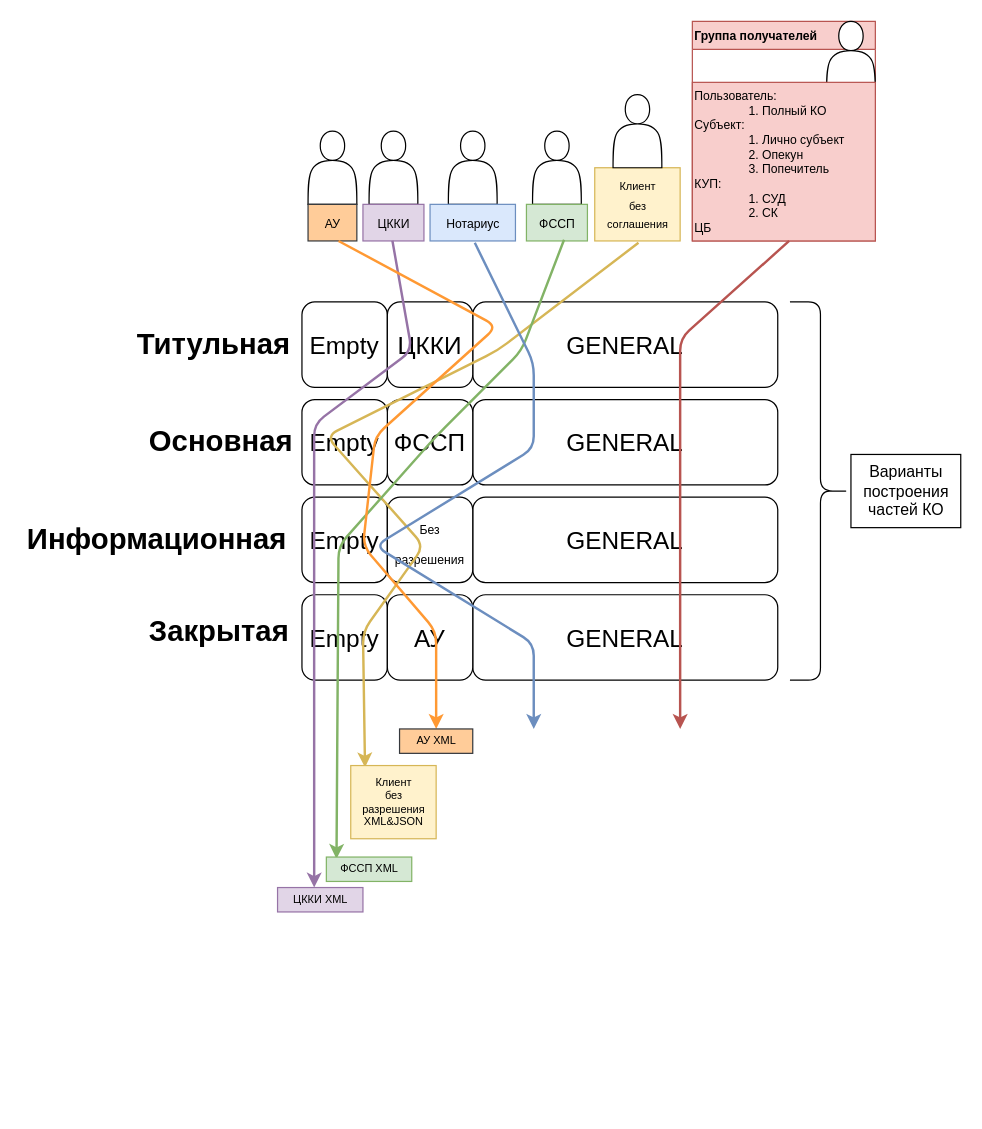
The draw.io diagram skb/CreditReports_Parts.drawio in Lokbugs/drawio, before the edit. Source tidied: cells renumbered, new cells numbered last; positions are measured from the earlier drawing's top-left corner, leaving out a move shared by most shapes. Both pictures are drawn from the tidied source at 122%, with x=0, y=0 at pixel (21, 21).
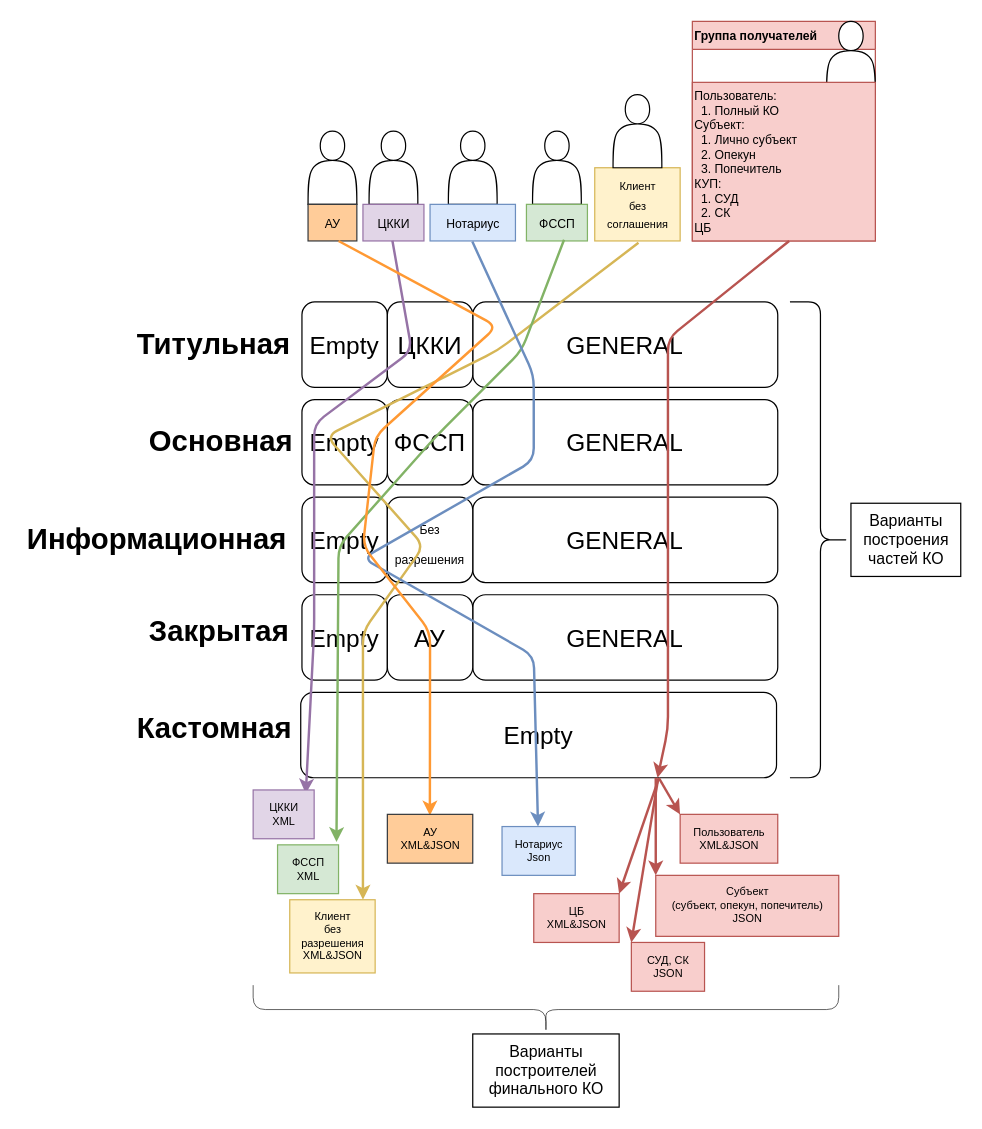
The same page after the edit.

Unchanged cells that the change refers to:
```xml
<mxCell id="17" value="Группа получателей" style="swimlane;sketch=0;fontSize=10;fillColor=#f8cecc;strokeColor=#b85450;align=left;" parent="1" vertex="1">
  <mxGeometry x="550" width="150" height="180" as="geometry" />
</mxCell>
<mxCell id="27" value="&lt;font size=&quot;1&quot;&gt;ЦККИ&lt;br&gt;&lt;/font&gt;" style="text;html=1;align=center;verticalAlign=middle;points=[];strokeColor=#9673a6;fillColor=#e1d5e7;fontSize=13;" parent="25" vertex="1">
  <mxGeometry y="60" width="50" height="30" as="geometry" />
</mxCell>
<mxCell id="29" value="&lt;font style=&quot;font-size: 9px;&quot;&gt;Клиент &lt;br&gt;без &lt;br&gt;соглашения&lt;/font&gt;" style="text;html=1;align=center;verticalAlign=middle;points=[];strokeColor=#d6b656;fillColor=#fff2cc;fontSize=13;" parent="28" vertex="1">
  <mxGeometry y="60" width="70" height="60" as="geometry" />
</mxCell>
<mxCell id="34" value="&lt;font size=&quot;1&quot;&gt;ФССП&lt;br&gt;&lt;/font&gt;" style="text;html=1;align=center;verticalAlign=middle;points=[];strokeColor=#82b366;fillColor=#d5e8d4;fontSize=13;" parent="32" vertex="1">
  <mxGeometry y="60" width="50" height="30" as="geometry" />
</mxCell>
<mxCell id="38" value="&lt;font size=&quot;1&quot;&gt;Нотариус&lt;br&gt;&lt;/font&gt;" style="text;html=1;align=center;verticalAlign=middle;points=[];strokeColor=#6c8ebf;fillColor=#dae8fc;fontSize=13;" parent="36" vertex="1">
  <mxGeometry x="-5" y="60" width="70" height="30" as="geometry" />
</mxCell>
```

The edit, as a diff of the source:
```diff
@@
+    <mxCell id="48" value="&lt;span style=&quot;font-size: 20px;&quot;&gt;Empty&lt;/span&gt;" style="rounded=1;whiteSpace=wrap;html=1;sketch=0;" parent="1" vertex="1">
+      <mxGeometry x="229" y="550" width="390" height="70" as="geometry" />
+    </mxCell>
@@
-    <mxCell id="19" value="Пользователь:&lt;br&gt;&lt;span style=&quot;white-space: pre;&quot;&gt;&#9;&lt;/span&gt;&lt;span style=&quot;white-space: pre;&quot;&gt;&#9;&lt;/span&gt;1. Полный КО&lt;br&gt;Субъект:&lt;br&gt;&lt;span style=&quot;white-space: pre;&quot;&gt;&#9;&lt;/span&gt;&lt;span style=&quot;white-space: pre;&quot;&gt;&#9;&lt;/span&gt;1. Лично субъект&lt;br&gt;&lt;span style=&quot;white-space: pre;&quot;&gt;&#9;&lt;/span&gt;&lt;span style=&quot;white-space: pre;&quot;&gt;&#9;&lt;/span&gt;2. Опекун&lt;br&gt;&lt;span style=&quot;white-space: pre;&quot;&gt;&#9;&lt;/span&gt;&lt;span style=&quot;white-space: pre;&quot;&gt;&#9;&lt;/span&gt;3. Попечитель&lt;br&gt;КУП:&lt;br&gt;&lt;span style=&quot;white-space: pre;&quot;&gt;&#9;&lt;/span&gt;&lt;span style=&quot;white-space: pre;&quot;&gt;&#9;&lt;/span&gt;1. СУД&lt;br&gt;&lt;span style=&quot;white-space: pre;&quot;&gt;&#9;&lt;/span&gt;&lt;span style=&quot;white-space: pre;&quot;&gt;&#9;&lt;/span&gt;2. СК&lt;br&gt;ЦБ" style="text;html=1;align=left;verticalAlign=middle;points=[];strokeColor=#b85450;fillColor=#f8cecc;fontSize=10;" parent="17" vertex="1">
+    <mxCell id="19" value="Пользователь:&lt;br&gt;&lt;span style=&quot;white-space: pre;&quot;&gt; &lt;/span&gt;&lt;span style=&quot;white-space: pre;&quot;&gt; &lt;/span&gt;1. Полный КО&lt;br&gt;Субъект:&lt;br&gt;&lt;span style=&quot;white-space: pre;&quot;&gt; &lt;/span&gt;&lt;span style=&quot;white-space: pre;&quot;&gt; &lt;/span&gt;1. Лично субъект&lt;br&gt;&lt;span style=&quot;white-space: pre;&quot;&gt; &lt;/span&gt;&lt;span style=&quot;white-space: pre;&quot;&gt; &lt;/span&gt;2. Опекун&lt;br&gt;&lt;span style=&quot;white-space: pre;&quot;&gt; &lt;/span&gt;&lt;span style=&quot;white-space: pre;&quot;&gt; &lt;/span&gt;3. Попечитель&lt;br&gt;КУП:&lt;br&gt;&lt;span style=&quot;white-space: pre;&quot;&gt; &lt;/span&gt;&lt;span style=&quot;white-space: pre;&quot;&gt; &lt;/span&gt;1. СУД&lt;br&gt;&lt;span style=&quot;white-space: pre;&quot;&gt; &lt;/span&gt;&lt;span style=&quot;white-space: pre;&quot;&gt; &lt;/span&gt;2. СК&lt;br&gt;ЦБ" style="text;html=1;align=left;verticalAlign=middle;points=[];strokeColor=#b85450;fillColor=#f8cecc;fontSize=10;" parent="17" vertex="1">
       <mxGeometry y="50" width="150" height="130" as="geometry" />
     </mxCell>
-    <mxCell id="20" style="endArrow=classic;html=1;rounded=1;fontSize=10;exitX=0.529;exitY=1;exitDx=0;exitDy=0;exitPerimeter=0;fillColor=#f8cecc;strokeColor=#b85450;flowAnimation=1;strokeWidth=2;" parent="1" edge="1" source="19">
+    <mxCell id="20" style="endArrow=classic;html=1;rounded=1;fontSize=10;exitX=0.529;exitY=1;exitDx=0;exitDy=0;exitPerimeter=0;fillColor=#f8cecc;strokeColor=#b85450;flowAnimation=1;strokeWidth=2;entryX=0.75;entryY=1;entryDx=0;entryDy=0;" parent="1" edge="1" source="19" target="48">
       <mxGeometry relative="1" as="geometry">
-        <mxPoint x="540" y="580" as="targetPoint" />
         <Array as="points">
-          <mxPoint x="540" y="260" />
-          <mxPoint x="540" y="340" />
-          <mxPoint x="540" y="420" />
-          <mxPoint x="540" y="500" />
+          <mxPoint x="530" y="260" />
+          <mxPoint x="530" y="340" />
+          <mxPoint x="530" y="510" />
+          <mxPoint x="530" y="580" />
         </Array>
       </mxGeometry>
     </mxCell>
     <mxCell id="21" style="shape=curlyBracket;whiteSpace=wrap;html=1;rounded=1;flipH=1;sketch=0;fontSize=10;" parent="1" vertex="1">
-      <mxGeometry x="630" y="230" width="50" height="310" as="geometry" />
+      <mxGeometry x="630" y="230" width="50" height="390" as="geometry" />
     </mxCell>
     <mxCell id="22" value="&lt;font style=&quot;font-size: 13px;&quot;&gt;Варианты &lt;br&gt;построения &lt;br&gt;частей КО&lt;/font&gt;" style="text;html=1;align=center;verticalAlign=middle;strokeColor=default;fillColor=none;fontSize=10;" parent="1" vertex="1">
-      <mxGeometry x="680" y="355" width="90" height="60" as="geometry" />
+      <mxGeometry x="680" y="395" width="90" height="60" as="geometry" />
     </mxCell>
@@
-    <mxCell id="24" style="endArrow=classic;html=1;rounded=1;fontSize=9;exitX=0.512;exitY=1.025;exitDx=0;exitDy=0;exitPerimeter=0;fillColor=#fff2cc;strokeColor=#d6b656;comic=0;snapToPoint=1;endSize=6;targetPerimeterSpacing=0;sourcePerimeterSpacing=0;strokeWidth=2;startArrow=none;startFill=0;flowAnimation=1;entryX=0.167;entryY=0.025;entryDx=0;entryDy=0;entryPerimeter=0;" parent="1" edge="1" source="29" target="45">
+    <mxCell id="24" style="endArrow=classic;html=1;rounded=1;fontSize=9;exitX=0.512;exitY=1.025;exitDx=0;exitDy=0;exitPerimeter=0;fillColor=#fff2cc;strokeColor=#d6b656;comic=0;snapToPoint=1;endSize=6;targetPerimeterSpacing=0;sourcePerimeterSpacing=0;strokeWidth=2;startArrow=none;startFill=0;flowAnimation=1;entryX=0.857;entryY=0;entryDx=0;entryDy=0;entryPerimeter=0;" parent="1" edge="1" source="29" target="45">
       <mxGeometry relative="1" as="geometry">
         <Array as="points">
           <mxPoint x="390" y="270" />
           <mxPoint x="250" y="340" />
           <mxPoint x="330" y="430" />
           <mxPoint x="280" y="500" />
         </Array>
       </mxGeometry>
     </mxCell>
@@
-    <mxCell id="31" style="endArrow=classic;html=1;rounded=1;fontSize=9;exitX=0.483;exitY=0.994;exitDx=0;exitDy=0;exitPerimeter=0;fillColor=#e1d5e7;strokeColor=#9673a6;comic=0;snapToPoint=1;endSize=6;targetPerimeterSpacing=0;sourcePerimeterSpacing=0;strokeWidth=2;startArrow=none;startFill=0;flowAnimation=1;entryX=0.429;entryY=0;entryDx=0;entryDy=0;entryPerimeter=0;" parent="1" edge="1" source="27" target="47">
+    <mxCell id="31" style="endArrow=classic;html=1;rounded=1;fontSize=9;exitX=0.483;exitY=0.994;exitDx=0;exitDy=0;exitPerimeter=0;fillColor=#e1d5e7;strokeColor=#9673a6;comic=0;snapToPoint=1;endSize=6;targetPerimeterSpacing=0;sourcePerimeterSpacing=0;strokeWidth=2;startArrow=none;startFill=0;flowAnimation=1;entryX=0.863;entryY=0.076;entryDx=0;entryDy=0;entryPerimeter=0;" parent="1" edge="1" source="27" target="47">
       <mxGeometry relative="1" as="geometry">
         <Array as="points">
           <mxPoint x="320" y="270" />
           <mxPoint x="240" y="330" />
           <mxPoint x="240" y="420" />
           <mxPoint x="240" y="500" />
         </Array>
       </mxGeometry>
     </mxCell>
@@
-    <mxCell id="35" style="endArrow=classic;html=1;rounded=1;fontSize=9;exitX=0.617;exitY=0.967;exitDx=0;exitDy=0;exitPerimeter=0;fillColor=#d5e8d4;strokeColor=#82b366;comic=0;snapToPoint=1;endSize=6;targetPerimeterSpacing=0;sourcePerimeterSpacing=0;strokeWidth=2;startArrow=none;startFill=0;flowAnimation=1;entryX=0.119;entryY=0.075;entryDx=0;entryDy=0;entryPerimeter=0;" parent="1" edge="1" source="34" target="46">
+    <mxCell id="35" style="endArrow=classic;html=1;rounded=1;fontSize=9;exitX=0.617;exitY=0.967;exitDx=0;exitDy=0;exitPerimeter=0;fillColor=#d5e8d4;strokeColor=#82b366;comic=0;snapToPoint=1;endSize=6;targetPerimeterSpacing=0;sourcePerimeterSpacing=0;strokeWidth=2;startArrow=none;startFill=0;flowAnimation=1;entryX=0.966;entryY=-0.057;entryDx=0;entryDy=0;entryPerimeter=0;" parent="1" edge="1" source="34" target="46">
       <mxGeometry relative="1" as="geometry">
         <Array as="points">
           <mxPoint x="410" y="270" />
           <mxPoint x="340" y="340" />
           <mxPoint x="260" y="430" />
         </Array>
       </mxGeometry>
     </mxCell>
@@
-    <mxCell id="39" style="endArrow=classic;html=1;rounded=1;fontSize=9;exitX=0.524;exitY=1.05;exitDx=0;exitDy=0;exitPerimeter=0;fillColor=#dae8fc;strokeColor=#6c8ebf;comic=0;snapToPoint=1;endSize=6;targetPerimeterSpacing=0;sourcePerimeterSpacing=0;strokeWidth=2;startArrow=none;startFill=0;flowAnimation=1;" parent="1" edge="1" source="38">
+    <mxCell id="39" style="endArrow=classic;html=1;rounded=1;fontSize=9;exitX=0.495;exitY=1.017;exitDx=0;exitDy=0;exitPerimeter=0;fillColor=#dae8fc;strokeColor=#6c8ebf;comic=0;snapToPoint=1;endSize=6;targetPerimeterSpacing=0;sourcePerimeterSpacing=0;strokeWidth=2;startArrow=none;startFill=0;flowAnimation=1;" parent="1" edge="1" source="38" target="49">
       <mxGeometry relative="1" as="geometry">
-        <mxPoint x="420" y="580" as="targetPoint" />
         <Array as="points">
-          <mxPoint x="420" y="280" />
-          <mxPoint x="420" y="350" />
-          <mxPoint x="290" y="430" />
-          <mxPoint x="420" y="510" />
-          <mxPoint x="420" y="580" />
+          <mxPoint x="420" y="290" />
+          <mxPoint x="420" y="360" />
+          <mxPoint x="280" y="440" />
+          <mxPoint x="420" y="520" />
         </Array>
       </mxGeometry>
     </mxCell>
@@
-    <mxCell id="43" style="endArrow=classic;html=1;rounded=1;fontSize=9;fillColor=#ffcc99;strokeColor=#FF9933;comic=0;snapToPoint=1;endSize=6;targetPerimeterSpacing=0;sourcePerimeterSpacing=0;strokeWidth=2;startArrow=none;startFill=0;flowAnimation=1;" parent="1" edge="1">
+    <mxCell id="43" style="endArrow=classic;html=1;rounded=1;fontSize=9;fillColor=#ffcc99;strokeColor=#FF9933;comic=0;snapToPoint=1;endSize=6;targetPerimeterSpacing=0;sourcePerimeterSpacing=0;strokeWidth=2;startArrow=none;startFill=0;flowAnimation=1;entryX=0.498;entryY=0.024;entryDx=0;entryDy=0;entryPerimeter=0;" parent="1" edge="1" target="44">
       <mxGeometry relative="1" as="geometry">
         <mxPoint x="260" y="180" as="sourcePoint" />
-        <mxPoint x="340" y="580" as="targetPoint" />
         <Array as="points">
           <mxPoint x="390" y="250" />
           <mxPoint x="290" y="340" />
           <mxPoint x="280" y="430" />
-          <mxPoint x="340" y="500" />
+          <mxPoint x="335" y="500" />
         </Array>
       </mxGeometry>
     </mxCell>
-    <mxCell id="44" value="АУ XML" style="text;html=1;align=center;verticalAlign=middle;points=[];strokeColor=#36393d;fillColor=#ffcc99;fontSize=9;" parent="1" vertex="1">
-      <mxGeometry x="310" y="580" width="60" height="20" as="geometry" />
+    <mxCell id="44" value="АУ &lt;br&gt;XML&amp;amp;JSON" style="text;html=1;align=center;verticalAlign=middle;points=[];strokeColor=#36393d;fillColor=#ffcc99;fontSize=9;" parent="1" vertex="1">
+      <mxGeometry x="300" y="650" width="70" height="40" as="geometry" />
     </mxCell>
     <mxCell id="45" value="Клиент &lt;br&gt;без &lt;br&gt;разрешения&lt;br&gt;XML&amp;amp;JSON" style="text;html=1;align=center;verticalAlign=middle;points=[];strokeColor=#d6b656;fillColor=#fff2cc;fontSize=9;" parent="1" vertex="1">
-      <mxGeometry x="270" y="610" width="70" height="60" as="geometry" />
+      <mxGeometry x="220" y="720" width="70" height="60" as="geometry" />
     </mxCell>
-    <mxCell id="46" value="ФССП XML" style="text;html=1;align=center;verticalAlign=middle;points=[];strokeColor=#82b366;fillColor=#d5e8d4;fontSize=9;" parent="1" vertex="1">
-      <mxGeometry x="250" y="685" width="70" height="20" as="geometry" />
+    <mxCell id="46" value="ФССП &lt;br&gt;XML" style="text;html=1;align=center;verticalAlign=middle;points=[];strokeColor=#82b366;fillColor=#d5e8d4;fontSize=9;" parent="1" vertex="1">
+      <mxGeometry x="210" y="675" width="50" height="40" as="geometry" />
     </mxCell>
-    <mxCell id="47" value="ЦККИ XML" style="text;html=1;align=center;verticalAlign=middle;points=[];strokeColor=#9673a6;fillColor=#e1d5e7;fontSize=9;" parent="1" vertex="1">
-      <mxGeometry x="210" y="710" width="70" height="20" as="geometry" />
+    <mxCell id="47" value="ЦККИ &lt;br&gt;XML" style="text;html=1;align=center;verticalAlign=middle;points=[];strokeColor=#9673a6;fillColor=#e1d5e7;fontSize=9;" parent="1" vertex="1">
+      <mxGeometry x="190" y="630" width="50" height="40" as="geometry" />
     </mxCell>
+    <mxCell id="49" value="Нотариус &lt;br&gt;Json" style="text;html=1;align=center;verticalAlign=middle;points=[];strokeColor=#6c8ebf;fillColor=#dae8fc;fontSize=9;" parent="1" vertex="1">
+      <mxGeometry x="394" y="660" width="60" height="40" as="geometry" />
+    </mxCell>
+    <mxCell id="50" value="Пользователь &lt;br&gt;XML&amp;amp;JSON" style="text;html=1;align=center;verticalAlign=middle;points=[];strokeColor=#b85450;fillColor=#f8cecc;fontSize=9;" parent="1" vertex="1">
+      <mxGeometry x="540" y="650" width="80" height="40" as="geometry" />
+    </mxCell>
+    <mxCell id="51" value="Субъект &lt;br&gt;(субъект, опекун, попечитель)&lt;br&gt;JSON" style="text;html=1;align=center;verticalAlign=middle;points=[];strokeColor=#b85450;fillColor=#f8cecc;fontSize=9;" parent="1" vertex="1">
+      <mxGeometry x="520" y="700" width="150" height="50" as="geometry" />
+    </mxCell>
+    <mxCell id="52" value="СУД, СК&lt;br&gt;JSON" style="text;html=1;align=center;verticalAlign=middle;points=[];strokeColor=#b85450;fillColor=#f8cecc;fontSize=9;" parent="1" vertex="1">
+      <mxGeometry x="500" y="755" width="60" height="40" as="geometry" />
+    </mxCell>
+    <mxCell id="53" value="ЦБ&lt;br&gt;XML&amp;amp;JSON" style="text;html=1;align=center;verticalAlign=middle;points=[];strokeColor=#b85450;fillColor=#f8cecc;fontSize=9;" parent="1" vertex="1">
+      <mxGeometry x="420" y="715" width="70" height="40" as="geometry" />
+    </mxCell>
+    <mxCell id="54" style="endArrow=classic;html=1;rounded=1;comic=0;fontSize=9;sourcePerimeterSpacing=0;targetPerimeterSpacing=0;strokeColor=#b85450;strokeWidth=2;exitX=0.61;exitY=1.007;exitDx=0;exitDy=0;exitPerimeter=0;entryX=0.999;entryY=0.002;entryDx=0;entryDy=0;entryPerimeter=0;fillColor=#f8cecc;flowAnimation=1;" parent="1" edge="1" target="53">
+      <mxGeometry relative="1" as="geometry">
+        <mxPoint x="522.5" y="620.5" as="sourcePoint" />
+      </mxGeometry>
+    </mxCell>
+    <mxCell id="55" style="endArrow=classic;html=1;rounded=1;comic=0;fontSize=9;sourcePerimeterSpacing=0;targetPerimeterSpacing=0;strokeColor=#b85450;strokeWidth=2;fillColor=#f8cecc;flowAnimation=1;exitX=0.608;exitY=1.007;exitDx=0;exitDy=0;exitPerimeter=0;entryX=-0.001;entryY=0.002;entryDx=0;entryDy=0;entryPerimeter=0;" parent="1" edge="1" target="52">
+      <mxGeometry relative="1" as="geometry">
+        <mxPoint x="522" y="620.5" as="sourcePoint" />
+      </mxGeometry>
+    </mxCell>
+    <mxCell id="56" style="endArrow=classic;html=1;rounded=1;comic=0;fontSize=9;sourcePerimeterSpacing=0;targetPerimeterSpacing=0;strokeColor=#b85450;strokeWidth=2;fillColor=#f8cecc;flowAnimation=1;entryX=0;entryY=0;entryDx=0;entryDy=0;entryPerimeter=0;exitX=0.6;exitY=1;exitDx=0;exitDy=0;exitPerimeter=0;" parent="1" edge="1" target="51">
+      <mxGeometry relative="1" as="geometry">
+        <mxPoint x="520" y="620" as="sourcePoint" />
+      </mxGeometry>
+    </mxCell>
+    <mxCell id="57" style="endArrow=classic;html=1;rounded=1;comic=0;fontSize=9;sourcePerimeterSpacing=0;targetPerimeterSpacing=0;strokeColor=#b85450;strokeWidth=2;entryX=-0.001;entryY=0.002;entryDx=0;entryDy=0;entryPerimeter=0;fillColor=#f8cecc;flowAnimation=1;exitX=0.61;exitY=1.001;exitDx=0;exitDy=0;exitPerimeter=0;" parent="1" edge="1" target="50">
+      <mxGeometry relative="1" as="geometry">
+        <mxPoint x="522.5" y="620.1" as="sourcePoint" />
+      </mxGeometry>
+    </mxCell>
+    <mxCell id="58" style="shape=curlyBracket;whiteSpace=wrap;html=1;rounded=1;sketch=0;fontSize=9;strokeColor=default;strokeWidth=0.5;direction=north;" parent="1" vertex="1">
+      <mxGeometry x="190" y="790" width="480" height="40" as="geometry" />
+    </mxCell>
+    <mxCell id="59" value="&lt;font style=&quot;font-size: 13px;&quot;&gt;Варианты &lt;br&gt;построителей&lt;br&gt;финального КО&lt;/font&gt;" style="text;html=1;align=center;verticalAlign=middle;strokeColor=default;fillColor=none;fontSize=10;" parent="1" vertex="1">
+      <mxGeometry x="370" y="830" width="120" height="60" as="geometry" />
+    </mxCell>
+    <mxCell id="60" value="&lt;h1&gt;Кастомная&lt;/h1&gt;" style="text;html=1;strokeColor=none;fillColor=none;spacing=5;spacingTop=-20;whiteSpace=wrap;overflow=hidden;rounded=0;sketch=0;" parent="1" vertex="1">
+      <mxGeometry x="90" y="560" width="140" height="40" as="geometry" />
+    </mxCell>
```
